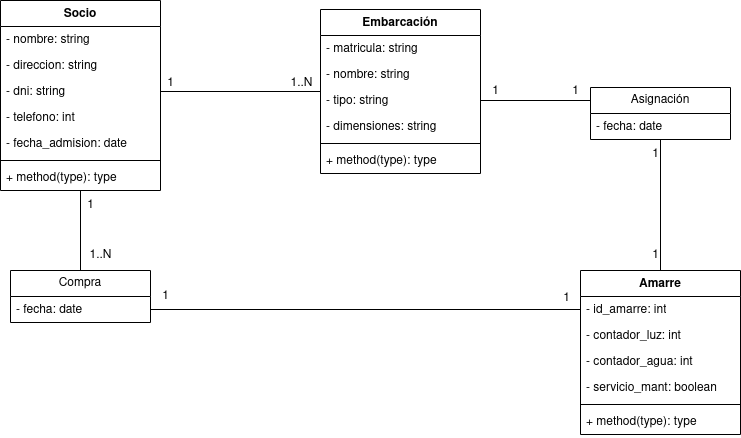
The draw.io diagram diagramas_clase/club-nautico/diagrama-clase-club-nautico.drawio.png in JesusLugo2002/ETS, before a commit. Source tidied: cells renumbered, new cells last; positions are measured from the earlier drawing's top-left corner, leaving out a move shared by most shapes. Source of this version:
```xml
<mxGraphModel>
  <root>
    <mxCell id="0" />
    <mxCell id="1" parent="0" />
    <mxCell id="2" style="edgeStyle=orthogonalEdgeStyle;rounded=0;jettySize=auto;html=1;entryX=0.5;entryY=0;entryDx=0;entryDy=0;endArrow=none;endFill=0;" parent="1" edge="1" source="3" target="36">
      <mxGeometry relative="1" as="geometry" />
    </mxCell>
    <mxCell id="3" value="Socio" style="swimlane;fontStyle=1;align=center;verticalAlign=top;horizontal=1;startSize=26;whiteSpace=wrap;html=1;" parent="1" vertex="1">
      <mxGeometry width="160" height="190" as="geometry" />
    </mxCell>
    <mxCell id="4" value="- nombre: string" style="text;strokeColor=none;fillColor=none;align=left;verticalAlign=top;spacingLeft=4;spacingRight=4;overflow=hidden;whiteSpace=wrap;html=1;" parent="3" vertex="1">
      <mxGeometry y="26" width="160" height="26" as="geometry" />
    </mxCell>
    <mxCell id="5" value="- direccion: string" style="text;strokeColor=none;fillColor=none;align=left;verticalAlign=top;spacingLeft=4;spacingRight=4;overflow=hidden;whiteSpace=wrap;html=1;" parent="3" vertex="1">
      <mxGeometry y="52" width="160" height="26" as="geometry" />
    </mxCell>
    <mxCell id="6" value="- dni: string" style="text;strokeColor=none;fillColor=none;align=left;verticalAlign=top;spacingLeft=4;spacingRight=4;overflow=hidden;points=[[0,0.5],[1,0.5]];portConstraint=eastwest;whiteSpace=wrap;html=1;" parent="3" vertex="1">
      <mxGeometry y="78" width="160" height="26" as="geometry" />
    </mxCell>
    <mxCell id="7" value="- telefono: int" style="text;strokeColor=none;fillColor=none;align=left;verticalAlign=top;spacingLeft=4;spacingRight=4;overflow=hidden;whiteSpace=wrap;html=1;" parent="3" vertex="1">
      <mxGeometry y="104" width="160" height="26" as="geometry" />
    </mxCell>
    <mxCell id="8" value="- fecha_admision: date" style="text;strokeColor=none;fillColor=none;align=left;verticalAlign=top;spacingLeft=4;spacingRight=4;overflow=hidden;whiteSpace=wrap;html=1;" parent="3" vertex="1">
      <mxGeometry y="130" width="160" height="26" as="geometry" />
    </mxCell>
    <mxCell id="9" style="line;strokeWidth=1;fillColor=none;align=left;verticalAlign=middle;spacingTop=-1;spacingLeft=3;spacingRight=3;labelPosition=right;strokeColor=inherit;" parent="3" vertex="1">
      <mxGeometry y="156" width="160" height="8" as="geometry" />
    </mxCell>
    <mxCell id="10" value="+ method(type): type" style="text;strokeColor=none;fillColor=none;align=left;verticalAlign=top;spacingLeft=4;spacingRight=4;overflow=hidden;whiteSpace=wrap;html=1;" parent="3" vertex="1">
      <mxGeometry y="164" width="160" height="26" as="geometry" />
    </mxCell>
    <mxCell id="11" style="edgeStyle=orthogonalEdgeStyle;rounded=0;jettySize=auto;html=1;entryX=1;entryY=0.5;entryDx=0;entryDy=0;endArrow=none;endFill=0;" parent="1" edge="1" source="12" target="6">
      <mxGeometry relative="1" as="geometry" />
    </mxCell>
    <mxCell id="12" value="Embarcación" style="swimlane;fontStyle=1;align=center;verticalAlign=top;horizontal=1;startSize=26;whiteSpace=wrap;html=1;" parent="1" vertex="1">
      <mxGeometry x="320" y="9" width="160" height="164" as="geometry" />
    </mxCell>
    <mxCell id="13" value="- matricula: string" style="text;strokeColor=none;fillColor=none;align=left;verticalAlign=top;spacingLeft=4;spacingRight=4;overflow=hidden;whiteSpace=wrap;html=1;" parent="12" vertex="1">
      <mxGeometry y="26" width="160" height="26" as="geometry" />
    </mxCell>
    <mxCell id="14" value="- nombre: string" style="text;strokeColor=none;fillColor=none;align=left;verticalAlign=top;spacingLeft=4;spacingRight=4;overflow=hidden;whiteSpace=wrap;html=1;" parent="12" vertex="1">
      <mxGeometry y="52" width="160" height="26" as="geometry" />
    </mxCell>
    <mxCell id="15" value="- tipo: string" style="text;strokeColor=none;fillColor=none;align=left;verticalAlign=top;spacingLeft=4;spacingRight=4;overflow=hidden;points=[[0,0.5],[1,0.5]];portConstraint=eastwest;whiteSpace=wrap;html=1;" parent="12" vertex="1">
      <mxGeometry y="78" width="160" height="26" as="geometry" />
    </mxCell>
    <mxCell id="16" value="- dimensiones: string" style="text;strokeColor=none;fillColor=none;align=left;verticalAlign=top;spacingLeft=4;spacingRight=4;overflow=hidden;whiteSpace=wrap;html=1;" parent="12" vertex="1">
      <mxGeometry y="104" width="160" height="26" as="geometry" />
    </mxCell>
    <mxCell id="17" style="line;strokeWidth=1;fillColor=none;align=left;verticalAlign=middle;spacingTop=-1;spacingLeft=3;spacingRight=3;labelPosition=right;strokeColor=inherit;" parent="12" vertex="1">
      <mxGeometry y="130" width="160" height="8" as="geometry" />
    </mxCell>
    <mxCell id="18" value="+ method(type): type" style="text;strokeColor=none;fillColor=none;align=left;verticalAlign=top;spacingLeft=4;spacingRight=4;overflow=hidden;whiteSpace=wrap;html=1;" parent="12" vertex="1">
      <mxGeometry y="138" width="160" height="26" as="geometry" />
    </mxCell>
    <mxCell id="19" value="Amarre" style="swimlane;fontStyle=1;align=center;verticalAlign=top;horizontal=1;startSize=26;whiteSpace=wrap;html=1;" parent="1" vertex="1">
      <mxGeometry x="580" y="270" width="160" height="164" as="geometry" />
    </mxCell>
    <mxCell id="20" value="- id_amarre: int" style="text;strokeColor=none;fillColor=none;align=left;verticalAlign=top;spacingLeft=4;spacingRight=4;overflow=hidden;points=[[0,0.5],[1,0.5]];portConstraint=eastwest;whiteSpace=wrap;html=1;" parent="19" vertex="1">
      <mxGeometry y="26" width="160" height="26" as="geometry" />
    </mxCell>
    <mxCell id="21" value="- contador_luz: int" style="text;strokeColor=none;fillColor=none;align=left;verticalAlign=top;spacingLeft=4;spacingRight=4;overflow=hidden;whiteSpace=wrap;html=1;" parent="19" vertex="1">
      <mxGeometry y="52" width="160" height="26" as="geometry" />
    </mxCell>
    <mxCell id="22" value="- contador_agua: int" style="text;strokeColor=none;fillColor=none;align=left;verticalAlign=top;spacingLeft=4;spacingRight=4;overflow=hidden;whiteSpace=wrap;html=1;" parent="19" vertex="1">
      <mxGeometry y="78" width="160" height="26" as="geometry" />
    </mxCell>
    <mxCell id="23" value="- servicio_mant: boolean" style="text;strokeColor=none;fillColor=none;align=left;verticalAlign=top;spacingLeft=4;spacingRight=4;overflow=hidden;whiteSpace=wrap;html=1;" parent="19" vertex="1">
      <mxGeometry y="104" width="160" height="26" as="geometry" />
    </mxCell>
    <mxCell id="24" style="line;strokeWidth=1;fillColor=none;align=left;verticalAlign=middle;spacingTop=-1;spacingLeft=3;spacingRight=3;labelPosition=right;strokeColor=inherit;" parent="19" vertex="1">
      <mxGeometry y="130" width="160" height="8" as="geometry" />
    </mxCell>
    <mxCell id="25" value="+ method(type): type" style="text;strokeColor=none;fillColor=none;align=left;verticalAlign=top;spacingLeft=4;spacingRight=4;overflow=hidden;points=[[0,0.5],[1,0.5]];portConstraint=eastwest;whiteSpace=wrap;html=1;" parent="19" vertex="1">
      <mxGeometry y="138" width="160" height="26" as="geometry" />
    </mxCell>
    <mxCell id="26" value="1" style="text;html=1;align=center;verticalAlign=middle;strokeColor=none;fillColor=none;" parent="1" vertex="1">
      <mxGeometry x="155" y="68" width="30" height="30" as="geometry" />
    </mxCell>
    <mxCell id="27" value="1..N" style="text;html=1;align=center;verticalAlign=middle;strokeColor=none;fillColor=none;" parent="1" vertex="1">
      <mxGeometry x="276" y="68" width="50" height="30" as="geometry" />
    </mxCell>
    <mxCell id="28" style="edgeStyle=orthogonalEdgeStyle;rounded=0;jettySize=auto;html=1;entryX=0.5;entryY=0;entryDx=0;entryDy=0;endArrow=none;endFill=0;" parent="1" edge="1" source="29" target="19">
      <mxGeometry relative="1" as="geometry" />
    </mxCell>
    <mxCell id="29" value="Asignación" style="swimlane;fontStyle=0;horizontal=1;startSize=26;fillColor=none;whiteSpace=wrap;html=1;" parent="1" vertex="1">
      <mxGeometry x="590" y="87" width="140" height="52" as="geometry" />
    </mxCell>
    <mxCell id="30" value="- fecha: date" style="text;strokeColor=none;fillColor=none;align=left;verticalAlign=top;spacingLeft=4;spacingRight=4;overflow=hidden;whiteSpace=wrap;html=1;" parent="29" vertex="1">
      <mxGeometry y="26" width="140" height="26" as="geometry" />
    </mxCell>
    <mxCell id="31" style="edgeStyle=orthogonalEdgeStyle;rounded=0;jettySize=auto;html=1;entryX=0;entryY=0.25;entryDx=0;entryDy=0;endArrow=none;endFill=0;" parent="1" edge="1" source="15" target="29">
      <mxGeometry relative="1" as="geometry" />
    </mxCell>
    <mxCell id="32" value="1" style="text;html=1;align=center;verticalAlign=middle;strokeColor=none;fillColor=none;" parent="1" vertex="1">
      <mxGeometry x="480" y="76" width="30" height="30" as="geometry" />
    </mxCell>
    <mxCell id="33" value="1" style="text;html=1;align=center;verticalAlign=middle;strokeColor=none;fillColor=none;" parent="1" vertex="1">
      <mxGeometry x="560" y="76" width="30" height="30" as="geometry" />
    </mxCell>
    <mxCell id="34" value="1" style="text;html=1;align=center;verticalAlign=middle;strokeColor=none;fillColor=none;" parent="1" vertex="1">
      <mxGeometry x="640" y="139" width="30" height="30" as="geometry" />
    </mxCell>
    <mxCell id="35" value="1" style="text;html=1;align=center;verticalAlign=middle;strokeColor=none;fillColor=none;" parent="1" vertex="1">
      <mxGeometry x="640" y="240" width="30" height="30" as="geometry" />
    </mxCell>
    <mxCell id="36" value="Compra" style="swimlane;fontStyle=0;horizontal=1;startSize=26;fillColor=none;whiteSpace=wrap;html=1;" parent="1" vertex="1">
      <mxGeometry x="10" y="270" width="140" height="52" as="geometry" />
    </mxCell>
    <mxCell id="37" value="- fecha: date" style="text;strokeColor=none;fillColor=none;align=left;verticalAlign=top;spacingLeft=4;spacingRight=4;overflow=hidden;points=[[0,0.5],[1,0.5]];portConstraint=eastwest;whiteSpace=wrap;html=1;" parent="36" vertex="1">
      <mxGeometry y="26" width="140" height="26" as="geometry" />
    </mxCell>
    <mxCell id="38" style="edgeStyle=orthogonalEdgeStyle;rounded=0;jettySize=auto;html=1;entryX=0;entryY=0.5;entryDx=0;entryDy=0;endArrow=none;endFill=0;" parent="1" edge="1" source="37" target="20">
      <mxGeometry relative="1" as="geometry" />
    </mxCell>
    <mxCell id="39" value="1" style="text;html=1;align=center;verticalAlign=middle;strokeColor=none;fillColor=none;" parent="1" vertex="1">
      <mxGeometry x="75" y="190" width="30" height="30" as="geometry" />
    </mxCell>
    <mxCell id="40" value="1..N" style="text;html=1;align=center;verticalAlign=middle;strokeColor=none;fillColor=none;" parent="1" vertex="1">
      <mxGeometry x="75" y="240" width="50" height="30" as="geometry" />
    </mxCell>
    <mxCell id="41" value="1" style="text;html=1;align=center;verticalAlign=middle;strokeColor=none;fillColor=none;" parent="1" vertex="1">
      <mxGeometry x="150" y="281" width="30" height="30" as="geometry" />
    </mxCell>
    <mxCell id="42" value="1" style="text;html=1;align=center;verticalAlign=middle;strokeColor=none;fillColor=none;" parent="1" vertex="1">
      <mxGeometry x="551" y="283" width="30" height="30" as="geometry" />
    </mxCell>
  </root>
</mxGraphModel>
```
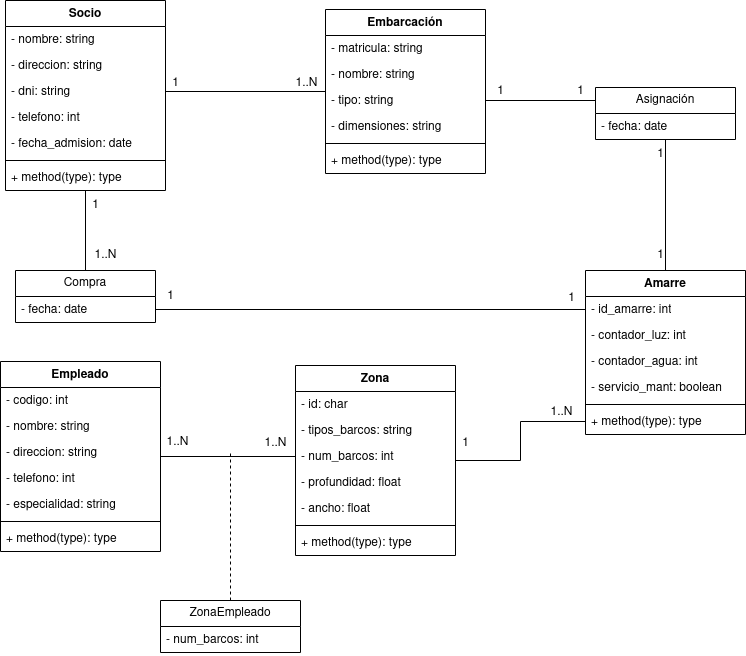
Later version of the same file.

What changed in the source:
```diff
@@ -125,5 +125,82 @@
     <mxCell id="42" value="1" style="text;html=1;align=center;verticalAlign=middle;strokeColor=none;fillColor=none;" parent="1" vertex="1">
       <mxGeometry x="551" y="283" width="30" height="30" as="geometry" />
     </mxCell>
+    <mxCell id="43" style="edgeStyle=orthogonalEdgeStyle;rounded=0;jettySize=auto;html=1;entryX=0;entryY=0.5;entryDx=0;entryDy=0;endArrow=none;endFill=0;" parent="1" edge="1" source="44" target="25">
+      <mxGeometry relative="1" as="geometry" />
+    </mxCell>
+    <mxCell id="44" value="Zona" style="swimlane;fontStyle=1;align=center;verticalAlign=top;horizontal=1;startSize=26;whiteSpace=wrap;html=1;" parent="1" vertex="1">
+      <mxGeometry x="290" y="365" width="160" height="190" as="geometry" />
+    </mxCell>
+    <mxCell id="45" value="- id: char" style="text;strokeColor=none;fillColor=none;align=left;verticalAlign=top;spacingLeft=4;spacingRight=4;overflow=hidden;whiteSpace=wrap;html=1;" parent="44" vertex="1">
+      <mxGeometry y="26" width="160" height="26" as="geometry" />
+    </mxCell>
+    <mxCell id="46" value="- tipos_barcos: string" style="text;strokeColor=none;fillColor=none;align=left;verticalAlign=top;spacingLeft=4;spacingRight=4;overflow=hidden;whiteSpace=wrap;html=1;" parent="44" vertex="1">
+      <mxGeometry y="52" width="160" height="26" as="geometry" />
+    </mxCell>
+    <mxCell id="47" value="- num_barcos: int" style="text;strokeColor=none;fillColor=none;align=left;verticalAlign=top;spacingLeft=4;spacingRight=4;overflow=hidden;points=[[0,0.5],[1,0.5]];portConstraint=eastwest;whiteSpace=wrap;html=1;" parent="44" vertex="1">
+      <mxGeometry y="78" width="160" height="26" as="geometry" />
+    </mxCell>
+    <mxCell id="48" value="- profundidad: float" style="text;strokeColor=none;fillColor=none;align=left;verticalAlign=top;spacingLeft=4;spacingRight=4;overflow=hidden;whiteSpace=wrap;html=1;" parent="44" vertex="1">
+      <mxGeometry y="104" width="160" height="26" as="geometry" />
+    </mxCell>
+    <mxCell id="49" value="- ancho: float" style="text;strokeColor=none;fillColor=none;align=left;verticalAlign=top;spacingLeft=4;spacingRight=4;overflow=hidden;whiteSpace=wrap;html=1;" parent="44" vertex="1">
+      <mxGeometry y="130" width="160" height="26" as="geometry" />
+    </mxCell>
+    <mxCell id="50" style="line;strokeWidth=1;fillColor=none;align=left;verticalAlign=middle;spacingTop=-1;spacingLeft=3;spacingRight=3;labelPosition=right;strokeColor=inherit;" parent="44" vertex="1">
+      <mxGeometry y="156" width="160" height="8" as="geometry" />
+    </mxCell>
+    <mxCell id="51" value="+ method(type): type" style="text;strokeColor=none;fillColor=none;align=left;verticalAlign=top;spacingLeft=4;spacingRight=4;overflow=hidden;whiteSpace=wrap;html=1;" parent="44" vertex="1">
+      <mxGeometry y="164" width="160" height="26" as="geometry" />
+    </mxCell>
+    <mxCell id="52" value="1..N" style="text;html=1;align=center;verticalAlign=middle;strokeColor=none;fillColor=none;" parent="1" vertex="1">
+      <mxGeometry x="531" y="397" width="50" height="30" as="geometry" />
+    </mxCell>
+    <mxCell id="53" value="1" style="text;html=1;align=center;verticalAlign=middle;strokeColor=none;fillColor=none;" parent="1" vertex="1">
+      <mxGeometry x="445" y="428" width="30" height="30" as="geometry" />
+    </mxCell>
+    <mxCell id="54" style="edgeStyle=orthogonalEdgeStyle;rounded=0;jettySize=auto;html=1;entryX=0;entryY=0.5;entryDx=0;entryDy=0;endArrow=none;endFill=0;" parent="1" edge="1" source="55" target="47">
+      <mxGeometry relative="1" as="geometry" />
+    </mxCell>
+    <mxCell id="55" value="Empleado" style="swimlane;fontStyle=1;align=center;verticalAlign=top;horizontal=1;startSize=26;whiteSpace=wrap;html=1;" parent="1" vertex="1">
+      <mxGeometry x="-5" y="361" width="160" height="190" as="geometry" />
+    </mxCell>
+    <mxCell id="56" value="- codigo: int" style="text;strokeColor=none;fillColor=none;align=left;verticalAlign=top;spacingLeft=4;spacingRight=4;overflow=hidden;whiteSpace=wrap;html=1;" parent="55" vertex="1">
+      <mxGeometry y="26" width="160" height="26" as="geometry" />
+    </mxCell>
+    <mxCell id="57" value="- nombre: string" style="text;strokeColor=none;fillColor=none;align=left;verticalAlign=top;spacingLeft=4;spacingRight=4;overflow=hidden;whiteSpace=wrap;html=1;" parent="55" vertex="1">
+      <mxGeometry y="52" width="160" height="26" as="geometry" />
+    </mxCell>
+    <mxCell id="58" value="- direccion: string" style="text;strokeColor=none;fillColor=none;align=left;verticalAlign=top;spacingLeft=4;spacingRight=4;overflow=hidden;whiteSpace=wrap;html=1;" parent="55" vertex="1">
+      <mxGeometry y="78" width="160" height="26" as="geometry" />
+    </mxCell>
+    <mxCell id="59" value="- telefono: int" style="text;strokeColor=none;fillColor=none;align=left;verticalAlign=top;spacingLeft=4;spacingRight=4;overflow=hidden;whiteSpace=wrap;html=1;" parent="55" vertex="1">
+      <mxGeometry y="104" width="160" height="26" as="geometry" />
+    </mxCell>
+    <mxCell id="60" value="- especialidad: string" style="text;strokeColor=none;fillColor=none;align=left;verticalAlign=top;spacingLeft=4;spacingRight=4;overflow=hidden;whiteSpace=wrap;html=1;" parent="55" vertex="1">
+      <mxGeometry y="130" width="160" height="26" as="geometry" />
+    </mxCell>
+    <mxCell id="61" style="line;strokeWidth=1;fillColor=none;align=left;verticalAlign=middle;spacingTop=-1;spacingLeft=3;spacingRight=3;labelPosition=right;strokeColor=inherit;" parent="55" vertex="1">
+      <mxGeometry y="156" width="160" height="8" as="geometry" />
+    </mxCell>
+    <mxCell id="62" value="+ method(type): type" style="text;strokeColor=none;fillColor=none;align=left;verticalAlign=top;spacingLeft=4;spacingRight=4;overflow=hidden;whiteSpace=wrap;html=1;" parent="55" vertex="1">
+      <mxGeometry y="164" width="160" height="26" as="geometry" />
+    </mxCell>
+    <mxCell id="63" value="1..N" style="text;html=1;align=center;verticalAlign=middle;strokeColor=none;fillColor=none;" parent="1" vertex="1">
+      <mxGeometry x="245" y="428" width="50" height="30" as="geometry" />
+    </mxCell>
+    <mxCell id="64" value="1..N" style="text;html=1;align=center;verticalAlign=middle;strokeColor=none;fillColor=none;" parent="1" vertex="1">
+      <mxGeometry x="147" y="427" width="50" height="30" as="geometry" />
+    </mxCell>
+    <mxCell id="65" style="edgeStyle=orthogonalEdgeStyle;rounded=0;jettySize=auto;html=1;endArrow=none;endFill=0;strokeColor=default;dashed=1;" parent="1" edge="1" source="66">
+      <mxGeometry relative="1" as="geometry">
+        <mxPoint x="225" y="450" as="targetPoint" />
+      </mxGeometry>
+    </mxCell>
+    <mxCell id="66" value="ZonaEmpleado" style="swimlane;fontStyle=0;horizontal=1;startSize=26;fillColor=none;whiteSpace=wrap;html=1;" parent="1" vertex="1">
+      <mxGeometry x="155" y="600" width="140" height="52" as="geometry" />
+    </mxCell>
+    <mxCell id="67" value="- num_barcos: int" style="text;strokeColor=none;fillColor=none;align=left;verticalAlign=top;spacingLeft=4;spacingRight=4;overflow=hidden;whiteSpace=wrap;html=1;" parent="66" vertex="1">
+      <mxGeometry y="26" width="140" height="26" as="geometry" />
+    </mxCell>
   </root>
 </mxGraphModel>
```
